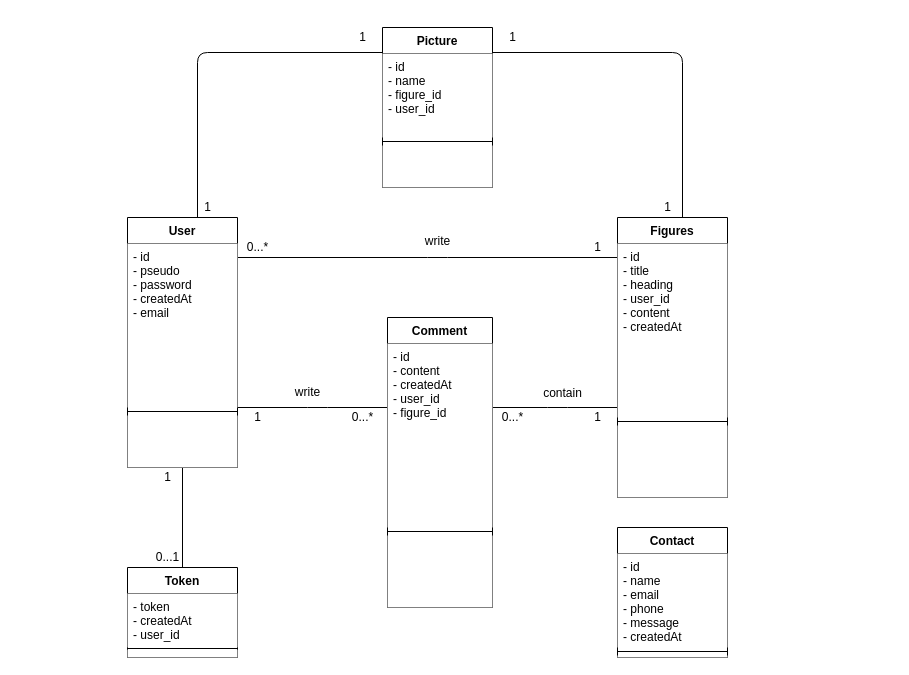
Before: Diagrammes/Diagramme de classes/Diagramme de classes.drawio in JgPhil/Snowtricks, a draw.io diagram. Source tidied: cells renumbered, new cells numbered last; positions are measured from the earlier drawing's top-left corner, leaving out a move shared by most shapes. Both pictures are drawn from the tidied source at 100%, with x=0, y=0 at pixel (127, 27).
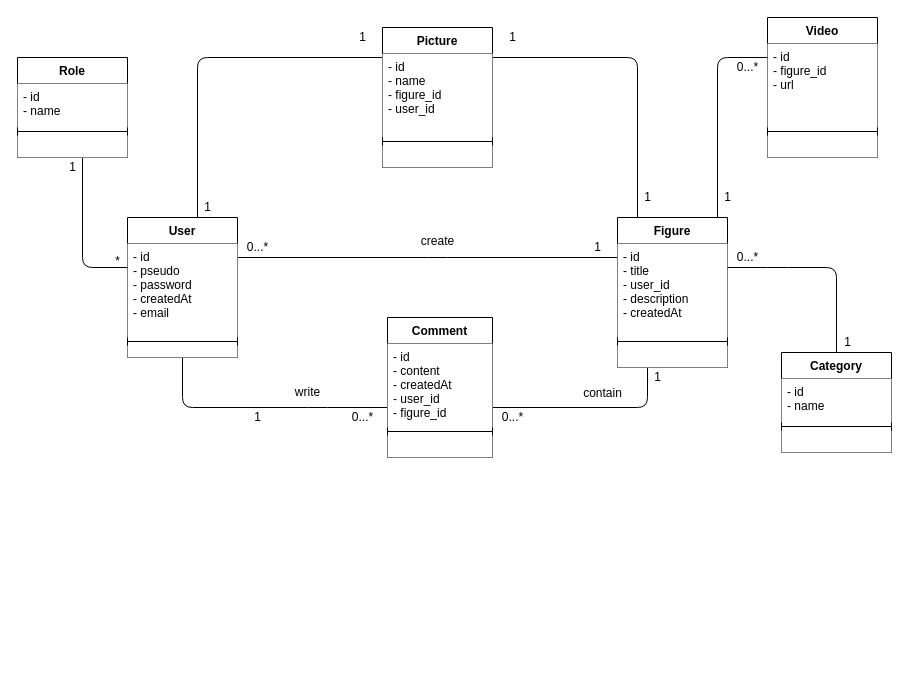
The same diagram, later.

Diff of the diagram source:
```diff
@@
     <mxCell id="4" style="endArrow=none;html=1;strokeWidth=1;edgeStyle=orthogonalEdgeStyle;" parent="1" edge="1" source="13" target="42">
       <mxGeometry relative="1" as="geometry">
         <Array as="points">
-          <mxPoint x="430" y="380" />
-          <mxPoint x="430" y="380" />
+          <mxPoint x="520" y="380" />
         </Array>
       </mxGeometry>
     </mxCell>
@@
-    <mxCell id="6" value="1" style="text;html=1;align=center;verticalAlign=middle;" parent="1" vertex="1">
-      <mxGeometry x="460" y="380" width="20" height="20" as="geometry" />
-    </mxCell>
@@
-    <mxCell id="8" value="write" style="text;html=1;align=center;verticalAlign=middle;" parent="1" vertex="1">
-      <mxGeometry x="290" y="204" width="40" height="20" as="geometry" />
+    <mxCell id="8" value="create" style="text;html=1;align=center;verticalAlign=middle;" parent="1" vertex="1">
+      <mxGeometry x="285" y="204" width="50" height="20" as="geometry" />
     </mxCell>
@@
     <mxCell id="13" value="Comment" style="swimlane;fontStyle=1;align=center;verticalAlign=top;horizontal=1;startSize=26;swimlaneLine=1;backgroundOutline=0;fillColor=#ffffff;" parent="1" vertex="1">
-      <mxGeometry x="260" y="290" width="105" height="290" as="geometry" />
+      <mxGeometry x="260" y="290" width="105" height="140" as="geometry" />
     </mxCell>
     <mxCell id="14" value="- id&#10;- content&#10;- createdAt&#10;- user_id&#10;- figure_id" style="text;strokeColor=none;fillColor=#ffffff;align=left;verticalAlign=top;spacingLeft=4;spacingRight=4;overflow=hidden;shadow=0;" parent="13" vertex="1">
-      <mxGeometry y="26" width="105" height="184" as="geometry" />
+      <mxGeometry y="26" width="105" height="84" as="geometry" />
     </mxCell>
     <mxCell id="15" style="line;strokeWidth=1;fillColor=#ffffff;align=left;verticalAlign=middle;spacingTop=-1;spacingLeft=3;spacingRight=3;labelPosition=right;" parent="13" vertex="1">
-      <mxGeometry y="210" width="105" height="8" as="geometry" />
+      <mxGeometry y="110" width="105" height="8" as="geometry" />
     </mxCell>
     <mxCell id="16" style="text;strokeColor=none;fillColor=#ffffff;align=left;verticalAlign=top;spacingLeft=4;spacingRight=4;overflow=hidden;" parent="13" vertex="1">
-      <mxGeometry y="218" width="105" height="72" as="geometry" />
+      <mxGeometry y="118" width="105" height="22" as="geometry" />
     </mxCell>
     <mxCell id="17" style="endArrow=none;html=1;strokeWidth=1;edgeStyle=orthogonalEdgeStyle;" parent="1" edge="1" source="30" target="26">
       <mxGeometry relative="1" as="geometry">
         <Array as="points">
-          <mxPoint x="70" y="25" />
+          <mxPoint x="70" y="30" />
         </Array>
       </mxGeometry>
     </mxCell>
     <mxCell id="18" style="endArrow=none;html=1;strokeWidth=1;edgeStyle=orthogonalEdgeStyle;" parent="1" edge="1" source="26" target="42">
       <mxGeometry relative="1" as="geometry">
         <Array as="points">
-          <mxPoint x="555" y="25" />
+          <mxPoint x="510" y="30" />
         </Array>
       </mxGeometry>
     </mxCell>
-    <mxCell id="19" style="endArrow=none;html=1;strokeWidth=1;edgeStyle=orthogonalEdgeStyle;" parent="1" edge="1" source="34" target="30">
-      <mxGeometry relative="1" as="geometry" />
-    </mxCell>
-    <mxCell id="20" value="0...1" style="text;html=1;align=center;verticalAlign=middle;" parent="1" vertex="1">
-      <mxGeometry x="20" y="520" width="40" height="20" as="geometry" />
-    </mxCell>
     <mxCell id="21" value="1" style="text;html=1;align=center;verticalAlign=middle;" parent="1" vertex="1">
-      <mxGeometry x="30" y="440" width="20" height="20" as="geometry" />
+      <mxGeometry x="-65" y="130" width="20" height="20" as="geometry" />
     </mxCell>
-    <mxCell id="22" value="Contact" style="swimlane;fontStyle=1;align=center;verticalAlign=top;horizontal=1;startSize=26;swimlaneLine=1;backgroundOutline=0;fillColor=#ffffff;" parent="1" vertex="1">
-      <mxGeometry x="490" y="500" width="110" height="130" as="geometry" />
-    </mxCell>
-    <mxCell id="23" value="- id&#10;- name&#10;- email&#10;- phone&#10;- message&#10;- createdAt&#10;" style="text;strokeColor=none;fillColor=#ffffff;align=left;verticalAlign=top;spacingLeft=4;spacingRight=4;overflow=hidden;shadow=0;" parent="22" vertex="1">
-      <mxGeometry y="26" width="110" height="94" as="geometry" />
-    </mxCell>
-    <mxCell id="24" style="line;strokeWidth=1;fillColor=#ffffff;align=left;verticalAlign=middle;spacingTop=-1;spacingLeft=3;spacingRight=3;labelPosition=right;" parent="22" vertex="1">
-      <mxGeometry y="120" width="110" height="8" as="geometry" />
-    </mxCell>
-    <mxCell id="25" style="text;strokeColor=none;fillColor=#ffffff;align=left;verticalAlign=top;spacingLeft=4;spacingRight=4;overflow=hidden;" parent="22" vertex="1">
-      <mxGeometry y="128" width="110" height="2" as="geometry" />
-    </mxCell>
     <mxCell id="26" value="Picture" style="swimlane;fontStyle=1;align=center;verticalAlign=top;horizontal=1;startSize=26;swimlaneLine=1;backgroundOutline=0;fillColor=#ffffff;" parent="1" vertex="1">
-      <mxGeometry x="255" width="110" height="160" as="geometry" />
+      <mxGeometry x="255" width="110" height="140" as="geometry" />
     </mxCell>
@@
     <mxCell id="29" style="text;strokeColor=none;fillColor=#ffffff;align=left;verticalAlign=top;spacingLeft=4;spacingRight=4;overflow=hidden;" parent="26" vertex="1">
-      <mxGeometry y="118" width="110" height="42" as="geometry" />
+      <mxGeometry y="118" width="110" height="22" as="geometry" />
     </mxCell>
     <mxCell id="30" value="User&#10;" style="swimlane;fontStyle=1;align=center;verticalAlign=top;horizontal=1;startSize=26;swimlaneLine=1;backgroundOutline=0;fillColor=#ffffff;" parent="1" vertex="1">
-      <mxGeometry y="190" width="110" height="250" as="geometry" />
+      <mxGeometry y="190" width="110" height="140" as="geometry" />
     </mxCell>
     <mxCell id="31" value="- id&#10;- pseudo&#10;- password&#10;- createdAt&#10;- email&#10;" style="text;strokeColor=none;fillColor=#ffffff;align=left;verticalAlign=top;spacingLeft=4;spacingRight=4;overflow=hidden;shadow=0;" parent="30" vertex="1">
-      <mxGeometry y="26" width="110" height="164" as="geometry" />
+      <mxGeometry y="26" width="110" height="94" as="geometry" />
     </mxCell>
     <mxCell id="32" style="line;strokeWidth=1;fillColor=#ffffff;align=left;verticalAlign=middle;spacingTop=-1;spacingLeft=3;spacingRight=3;labelPosition=right;" parent="30" vertex="1">
-      <mxGeometry y="190" width="110" height="8" as="geometry" />
+      <mxGeometry y="120" width="110" height="8" as="geometry" />
     </mxCell>
     <mxCell id="33" style="text;strokeColor=none;fillColor=#ffffff;align=left;verticalAlign=top;spacingLeft=4;spacingRight=4;overflow=hidden;" parent="30" vertex="1">
-      <mxGeometry y="198" width="110" height="52" as="geometry" />
+      <mxGeometry y="128" width="110" height="12" as="geometry" />
     </mxCell>
-    <mxCell id="34" value="Token" style="swimlane;fontStyle=1;align=center;verticalAlign=top;horizontal=1;startSize=26;swimlaneLine=1;backgroundOutline=0;fillColor=#ffffff;" parent="1" vertex="1">
-      <mxGeometry y="540" width="110" height="90" as="geometry" />
-    </mxCell>
-    <mxCell id="35" value="- token&#10;- createdAt&#10;- user_id&#10;" style="text;strokeColor=none;fillColor=#ffffff;align=left;verticalAlign=top;spacingLeft=4;spacingRight=4;overflow=hidden;shadow=0;" parent="34" vertex="1">
-      <mxGeometry y="26" width="110" height="54" as="geometry" />
-    </mxCell>
-    <mxCell id="36" style="line;strokeWidth=1;fillColor=#ffffff;align=left;verticalAlign=middle;spacingTop=-1;spacingLeft=3;spacingRight=3;labelPosition=right;" parent="34" vertex="1">
-      <mxGeometry y="80" width="110" height="2" as="geometry" />
-    </mxCell>
-    <mxCell id="37" style="text;strokeColor=none;fillColor=#ffffff;align=left;verticalAlign=top;spacingLeft=4;spacingRight=4;overflow=hidden;" parent="34" vertex="1">
-      <mxGeometry y="82" width="110" height="8" as="geometry" />
-    </mxCell>
@@
     <mxCell id="41" value="1" style="text;html=1;align=center;verticalAlign=middle;" parent="1" vertex="1">
-      <mxGeometry x="530" y="170" width="20" height="20" as="geometry" />
+      <mxGeometry x="510" y="160" width="20" height="20" as="geometry" />
     </mxCell>
-    <mxCell id="42" value="Figures" style="swimlane;fontStyle=1;align=center;verticalAlign=top;horizontal=1;startSize=26;swimlaneLine=1;backgroundOutline=0;fillColor=#ffffff;" parent="1" vertex="1">
-      <mxGeometry x="490" y="190" width="110" height="280" as="geometry" />
+    <mxCell id="42" value="Figure" style="swimlane;fontStyle=1;align=center;verticalAlign=top;horizontal=1;startSize=26;swimlaneLine=1;backgroundOutline=0;fillColor=#ffffff;" parent="1" vertex="1">
+      <mxGeometry x="490" y="190" width="110" height="150" as="geometry" />
     </mxCell>
-    <mxCell id="43" value="- id&#10;- title&#10;- heading&#10;- user_id&#10;- content&#10;- createdAt" style="text;strokeColor=none;fillColor=#ffffff;align=left;verticalAlign=top;spacingLeft=4;spacingRight=4;overflow=hidden;shadow=0;" parent="42" vertex="1">
-      <mxGeometry y="26" width="110" height="174" as="geometry" />
+    <mxCell id="43" value="- id&#10;- title&#10;- user_id&#10;- description&#10;- createdAt" style="text;strokeColor=none;fillColor=#ffffff;align=left;verticalAlign=top;spacingLeft=4;spacingRight=4;overflow=hidden;shadow=0;" parent="42" vertex="1">
+      <mxGeometry y="26" width="110" height="94" as="geometry" />
     </mxCell>
     <mxCell id="44" style="line;strokeWidth=1;fillColor=#ffffff;align=left;verticalAlign=middle;spacingTop=-1;spacingLeft=3;spacingRight=3;labelPosition=right;" parent="42" vertex="1">
-      <mxGeometry y="200" width="110" height="8" as="geometry" />
+      <mxGeometry y="120" width="110" height="8" as="geometry" />
     </mxCell>
     <mxCell id="45" style="text;strokeColor=none;fillColor=#ffffff;align=left;verticalAlign=top;spacingLeft=4;spacingRight=4;overflow=hidden;" parent="42" vertex="1">
-      <mxGeometry y="208" width="110" height="72" as="geometry" />
+      <mxGeometry y="128" width="110" height="22" as="geometry" />
     </mxCell>
@@
+    <mxCell id="47" value="Video" style="swimlane;fontStyle=1;align=center;verticalAlign=top;horizontal=1;startSize=26;swimlaneLine=1;backgroundOutline=0;fillColor=#ffffff;" parent="1" vertex="1">
+      <mxGeometry x="640" y="-10" width="110" height="140" as="geometry" />
+    </mxCell>
+    <mxCell id="48" value="- id&#10;- figure_id&#10;- url" style="text;strokeColor=none;fillColor=#ffffff;align=left;verticalAlign=top;spacingLeft=4;spacingRight=4;overflow=hidden;shadow=0;" parent="47" vertex="1">
+      <mxGeometry y="26" width="110" height="84" as="geometry" />
+    </mxCell>
+    <mxCell id="49" style="line;strokeWidth=1;fillColor=#ffffff;align=left;verticalAlign=middle;spacingTop=-1;spacingLeft=3;spacingRight=3;labelPosition=right;" parent="47" vertex="1">
+      <mxGeometry y="110" width="110" height="8" as="geometry" />
+    </mxCell>
+    <mxCell id="50" style="text;strokeColor=none;fillColor=#ffffff;align=left;verticalAlign=top;spacingLeft=4;spacingRight=4;overflow=hidden;" parent="47" vertex="1">
+      <mxGeometry y="118" width="110" height="22" as="geometry" />
+    </mxCell>
+    <mxCell id="51" style="endArrow=none;html=1;strokeWidth=1;edgeStyle=orthogonalEdgeStyle;" parent="1" edge="1" source="42" target="47">
+      <mxGeometry relative="1" as="geometry">
+        <Array as="points">
+          <mxPoint x="590" y="30" />
+        </Array>
+      </mxGeometry>
+    </mxCell>
+    <mxCell id="52" style="endArrow=none;html=1;strokeWidth=1;edgeStyle=orthogonalEdgeStyle;" parent="1" edge="1" source="42" target="61">
+      <mxGeometry relative="1" as="geometry">
+        <Array as="points">
+          <mxPoint x="650" y="240" />
+          <mxPoint x="650" y="240" />
+        </Array>
+      </mxGeometry>
+    </mxCell>
+    <mxCell id="53" style="endArrow=none;html=1;strokeWidth=1;edgeStyle=orthogonalEdgeStyle;" parent="1" edge="1" source="54" target="30">
+      <mxGeometry relative="1" as="geometry">
+        <Array as="points">
+          <mxPoint x="-45" y="240" />
+        </Array>
+      </mxGeometry>
+    </mxCell>
+    <mxCell id="54" value="Role" style="swimlane;fontStyle=1;align=center;verticalAlign=top;horizontal=1;startSize=26;swimlaneLine=1;backgroundOutline=0;fillColor=#ffffff;" parent="1" vertex="1">
+      <mxGeometry x="-110" y="30" width="110" height="100" as="geometry" />
+    </mxCell>
+    <mxCell id="55" value="- id&#10;- name" style="text;strokeColor=none;fillColor=#ffffff;align=left;verticalAlign=top;spacingLeft=4;spacingRight=4;overflow=hidden;shadow=0;" parent="54" vertex="1">
+      <mxGeometry y="26" width="110" height="44" as="geometry" />
+    </mxCell>
+    <mxCell id="56" style="line;strokeWidth=1;fillColor=#ffffff;align=left;verticalAlign=middle;spacingTop=-1;spacingLeft=3;spacingRight=3;labelPosition=right;" parent="54" vertex="1">
+      <mxGeometry y="70" width="110" height="8" as="geometry" />
+    </mxCell>
+    <mxCell id="57" style="text;strokeColor=none;fillColor=#ffffff;align=left;verticalAlign=top;spacingLeft=4;spacingRight=4;overflow=hidden;" parent="54" vertex="1">
+      <mxGeometry y="78" width="110" height="22" as="geometry" />
+    </mxCell>
+    <mxCell id="58" value="*" style="text;html=1;align=center;verticalAlign=middle;" parent="1" vertex="1">
+      <mxGeometry x="-20" y="224" width="20" height="20" as="geometry" />
+    </mxCell>
+    <mxCell id="59" value="0...*" style="text;html=1;align=center;verticalAlign=middle;" parent="1" vertex="1">
+      <mxGeometry x="600" y="30" width="40" height="20" as="geometry" />
+    </mxCell>
+    <mxCell id="60" value="1" style="text;html=1;align=center;verticalAlign=middle;" parent="1" vertex="1">
+      <mxGeometry x="590" y="160" width="20" height="20" as="geometry" />
+    </mxCell>
+    <mxCell id="61" value="Category" style="swimlane;fontStyle=1;align=center;verticalAlign=top;horizontal=1;startSize=26;swimlaneLine=1;backgroundOutline=0;fillColor=#ffffff;" parent="1" vertex="1">
+      <mxGeometry x="654" y="325" width="110" height="100" as="geometry" />
+    </mxCell>
+    <mxCell id="62" value="- id&#10;- name" style="text;strokeColor=none;fillColor=#ffffff;align=left;verticalAlign=top;spacingLeft=4;spacingRight=4;overflow=hidden;shadow=0;" parent="61" vertex="1">
+      <mxGeometry y="26" width="110" height="44" as="geometry" />
+    </mxCell>
+    <mxCell id="63" style="line;strokeWidth=1;fillColor=#ffffff;align=left;verticalAlign=middle;spacingTop=-1;spacingLeft=3;spacingRight=3;labelPosition=right;" parent="61" vertex="1">
+      <mxGeometry y="70" width="110" height="8" as="geometry" />
+    </mxCell>
+    <mxCell id="64" style="text;strokeColor=none;fillColor=#ffffff;align=left;verticalAlign=top;spacingLeft=4;spacingRight=4;overflow=hidden;" parent="61" vertex="1">
+      <mxGeometry y="78" width="110" height="22" as="geometry" />
+    </mxCell>
+    <mxCell id="65" value="1" style="text;html=1;align=center;verticalAlign=middle;" parent="1" vertex="1">
+      <mxGeometry x="520" y="340" width="20" height="20" as="geometry" />
+    </mxCell>
+    <mxCell id="66" value="1" style="text;html=1;align=center;verticalAlign=middle;" parent="1" vertex="1">
+      <mxGeometry x="710" y="305" width="20" height="20" as="geometry" />
+    </mxCell>
+    <mxCell id="67" value="0...*" style="text;html=1;align=center;verticalAlign=middle;" parent="1" vertex="1">
+      <mxGeometry x="600" y="220" width="40" height="20" as="geometry" />
+    </mxCell>
```
